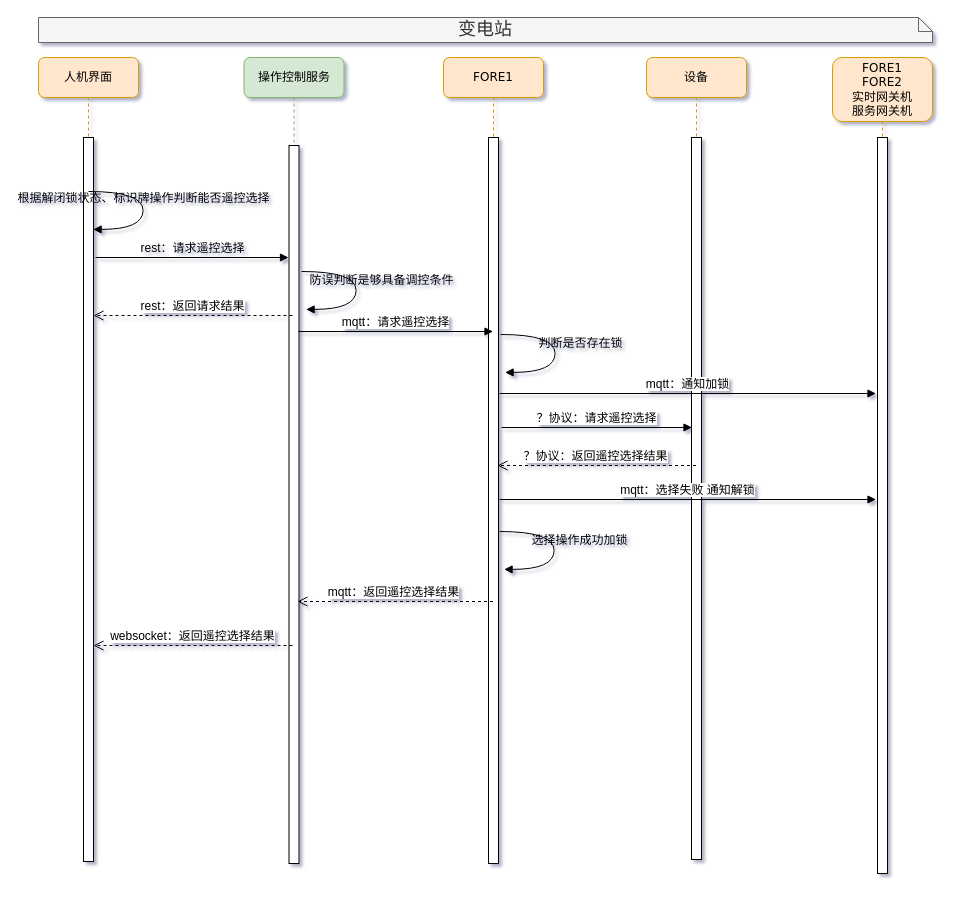
qwe995272801/taowenxiang keeps this draw.io diagram as page "变电站遥控选择" (6 of 8) of 操作与控制.drawio. Above is the earlier version. Source tidied: cells renumbered, new cells numbered last; positions are measured from the earlier drawing's top-left corner, leaving out a move shared by most shapes. Both pictures are drawn from the tidied source at 100%, with x=0, y=0 at pixel (38, 17).
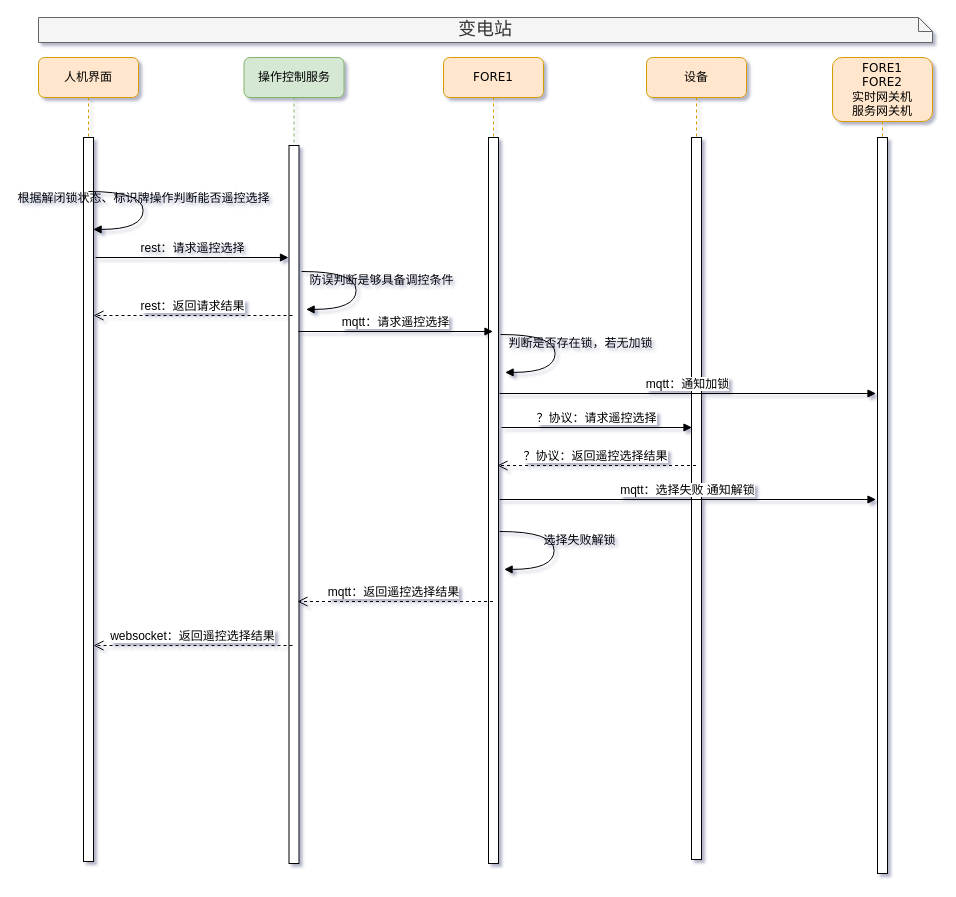
Above is the later version.

The edit, as a diff of the source:
```diff
@@
-    <mxCell id="8" value="判断是否存在锁" style="html=1;verticalAlign=bottom;endArrow=block;labelBackgroundColor=none;fontFamily=Verdana;fontSize=12;elbow=vertical;edgeStyle=orthogonalEdgeStyle;curved=1;entryX=1;entryY=0.286;entryPerimeter=0;exitX=1.038;exitY=0.345;exitPerimeter=0;" parent="1" edge="1">
+    <mxCell id="8" value="判断是否存在锁，若无加锁" style="html=1;verticalAlign=bottom;endArrow=block;labelBackgroundColor=none;fontFamily=Verdana;fontSize=12;elbow=vertical;edgeStyle=orthogonalEdgeStyle;curved=1;entryX=1;entryY=0.286;entryPerimeter=0;exitX=1.038;exitY=0.345;exitPerimeter=0;" parent="1" edge="1">
       <mxGeometry x="0.02" y="25" relative="1" as="geometry">
         <mxPoint x="462" y="317" as="sourcePoint" />
         <mxPoint x="466.6" y="354.9" as="targetPoint" />
         <Array as="points">
           <mxPoint x="516.6" y="316.9" />
           <mxPoint x="516.6" y="354.9" />
         </Array>
       </mxGeometry>
     </mxCell>
@@
-    <mxCell id="14" value="选择操作成功加锁" style="html=1;verticalAlign=bottom;endArrow=block;labelBackgroundColor=none;fontFamily=Verdana;fontSize=12;elbow=vertical;edgeStyle=orthogonalEdgeStyle;curved=1;entryX=1;entryY=0.286;entryPerimeter=0;exitX=1.038;exitY=0.345;exitPerimeter=0;" parent="1" edge="1">
+    <mxCell id="14" value="选择失败解锁" style="html=1;verticalAlign=bottom;endArrow=block;labelBackgroundColor=none;fontFamily=Verdana;fontSize=12;elbow=vertical;edgeStyle=orthogonalEdgeStyle;curved=1;entryX=1;entryY=0.286;entryPerimeter=0;exitX=1.038;exitY=0.345;exitPerimeter=0;" parent="1" edge="1">
       <mxGeometry x="0.02" y="25" relative="1" as="geometry">
         <mxPoint x="461" y="514" as="sourcePoint" />
         <mxPoint x="465.6" y="551.9" as="targetPoint" />
         <Array as="points">
           <mxPoint x="515.6" y="513.9" />
           <mxPoint x="515.6" y="551.9" />
         </Array>
       </mxGeometry>
     </mxCell>
```
